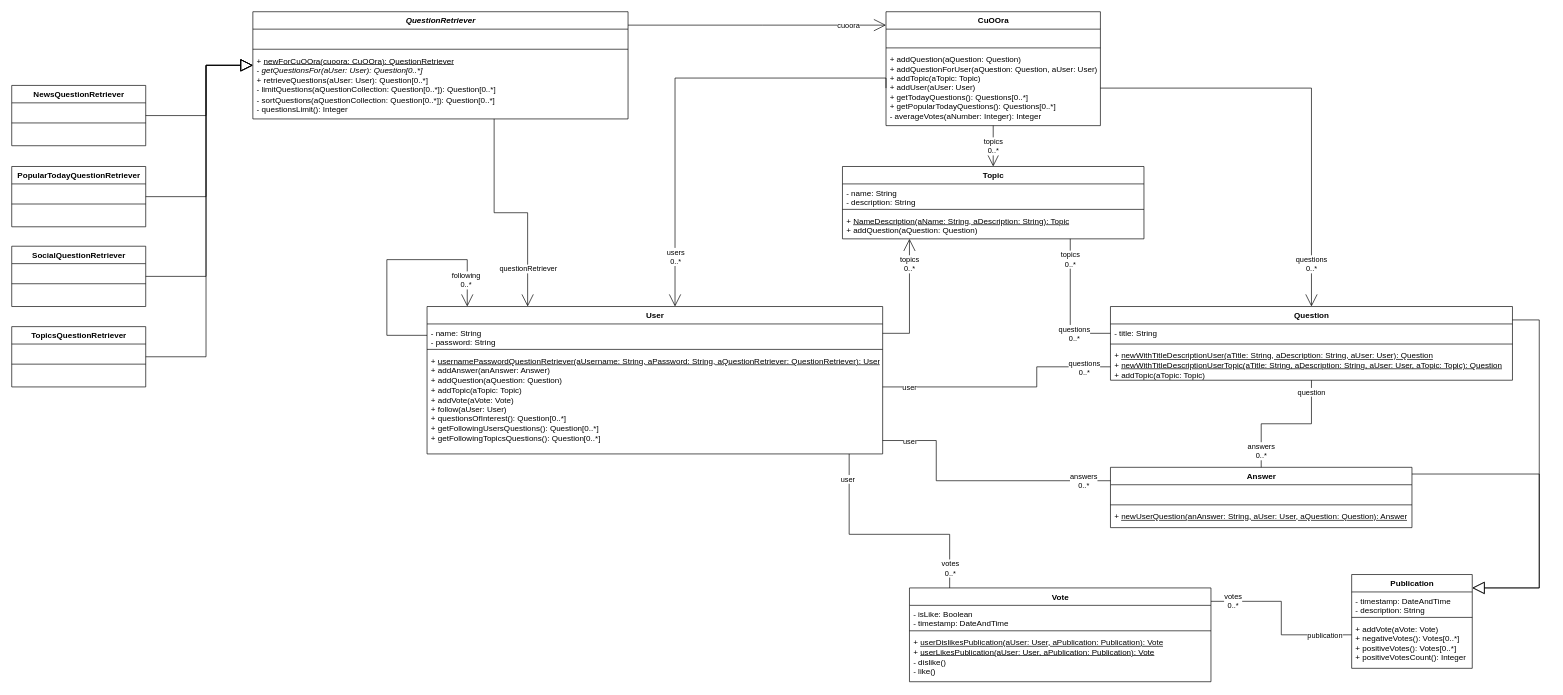
Above: uml-refactor.drawio in sufficientname/oo2-cuoora-refactoring (draw.io), before the change. Source tidied: cells renumbered, new cells numbered last; positions are measured from the earlier drawing's top-left corner, leaving out a move shared by most shapes. Both pictures are drawn from the tidied source at 67%, with x=0, y=0 at pixel (11, 11).
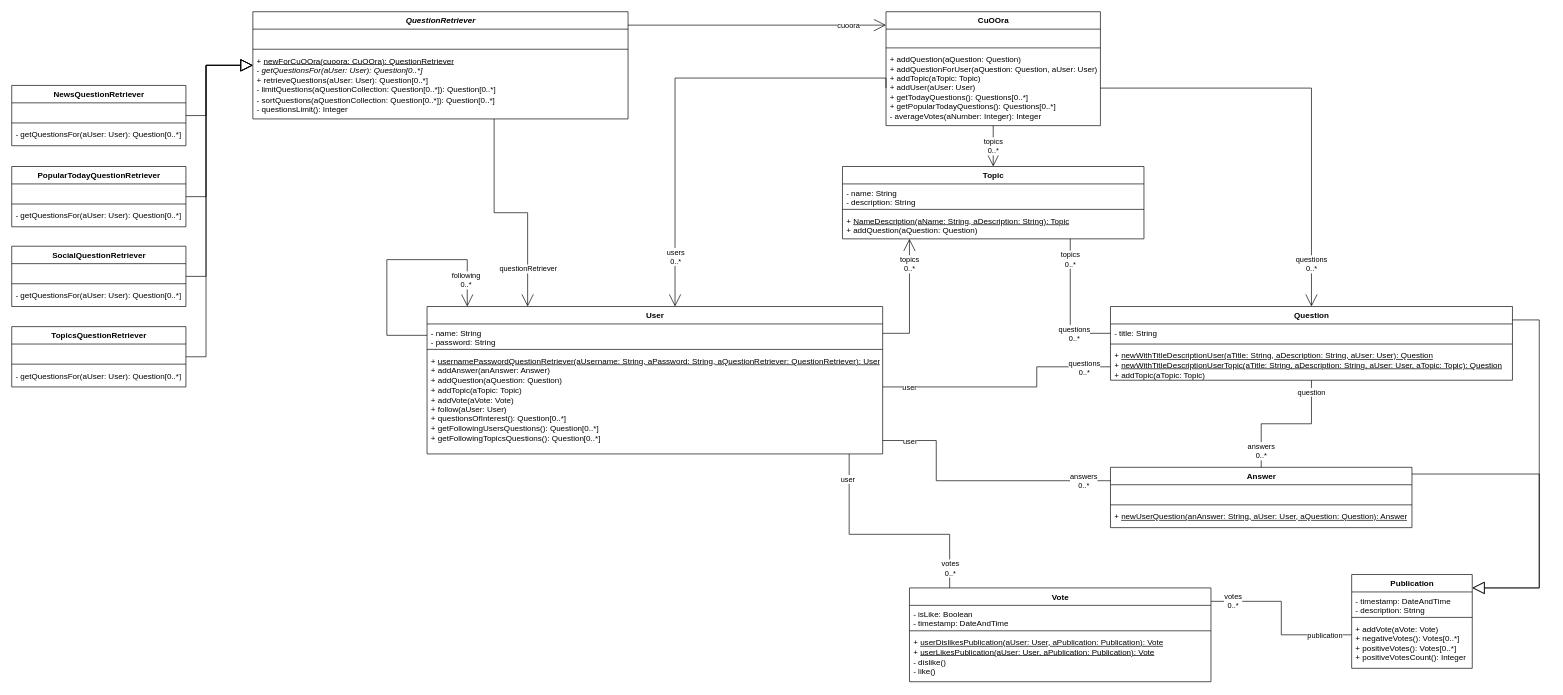
The same diagram, later.

What changed in the source:
```diff
@@
     <mxCell id="22" value="NewsQuestionRetriever" style="swimlane;fontStyle=1;align=center;verticalAlign=top;horizontal=1;startSize=26;html=1;" parent="1" vertex="1">
-      <mxGeometry y="110" width="200" height="90" as="geometry" />
+      <mxGeometry y="110" width="260" height="90" as="geometry" />
     </mxCell>
     <mxCell id="23" value="&#10;" style="text;strokeColor=none;fillColor=none;align=left;verticalAlign=top;spacingLeft=4;spacingRight=4;overflow=hidden;" parent="22" vertex="1">
-      <mxGeometry y="26" width="200" height="26" as="geometry" />
+      <mxGeometry y="26" width="260" height="26" as="geometry" />
     </mxCell>
     <mxCell id="24" style="line;strokeWidth=1;fillColor=none;align=left;verticalAlign=middle;spacingTop=-1;spacingLeft=3;spacingRight=3;labelPosition=right;" parent="22" vertex="1">
-      <mxGeometry y="52" width="200" height="8" as="geometry" />
+      <mxGeometry y="52" width="260" height="8" as="geometry" />
     </mxCell>
-    <mxCell id="25" value="&lt;div&gt;&lt;br&gt;&lt;/div&gt;&lt;div&gt;&lt;br&gt;&lt;/div&gt;" style="text;strokeColor=none;fillColor=none;align=left;verticalAlign=top;spacingLeft=4;spacingRight=4;overflow=hidden;html=1;" parent="22" vertex="1">
-      <mxGeometry y="60" width="200" height="30" as="geometry" />
+    <mxCell id="25" value="- getQuestionsFor(aUser: User): Question[0..*]" style="text;strokeColor=none;fillColor=none;align=left;verticalAlign=top;spacingLeft=4;spacingRight=4;overflow=hidden;html=1;" parent="22" vertex="1">
+      <mxGeometry y="60" width="260" height="30" as="geometry" />
     </mxCell>
     <mxCell id="26" value="PopularTodayQuestionRetriever" style="swimlane;fontStyle=1;align=center;verticalAlign=top;horizontal=1;startSize=26;html=1;" parent="1" vertex="1">
-      <mxGeometry y="231" width="200" height="90" as="geometry" />
+      <mxGeometry y="231" width="260" height="90" as="geometry" />
     </mxCell>
     <mxCell id="27" value="&#10;" style="text;strokeColor=none;fillColor=none;align=left;verticalAlign=top;spacingLeft=4;spacingRight=4;overflow=hidden;" parent="26" vertex="1">
-      <mxGeometry y="26" width="200" height="26" as="geometry" />
+      <mxGeometry y="26" width="260" height="26" as="geometry" />
     </mxCell>
     <mxCell id="28" style="line;strokeWidth=1;fillColor=none;align=left;verticalAlign=middle;spacingTop=-1;spacingLeft=3;spacingRight=3;labelPosition=right;" parent="26" vertex="1">
-      <mxGeometry y="52" width="200" height="8" as="geometry" />
+      <mxGeometry y="52" width="260" height="8" as="geometry" />
     </mxCell>
-    <mxCell id="29" value="&lt;div&gt;&lt;br&gt;&lt;/div&gt;&lt;div&gt;&lt;br&gt;&lt;/div&gt;" style="text;strokeColor=none;fillColor=none;align=left;verticalAlign=top;spacingLeft=4;spacingRight=4;overflow=hidden;html=1;" parent="26" vertex="1">
-      <mxGeometry y="60" width="200" height="30" as="geometry" />
+    <mxCell id="29" value="- getQuestionsFor(aUser: User): Question[0..*]" style="text;strokeColor=none;fillColor=none;align=left;verticalAlign=top;spacingLeft=4;spacingRight=4;overflow=hidden;html=1;" parent="26" vertex="1">
+      <mxGeometry y="60" width="260" height="30" as="geometry" />
     </mxCell>
     <mxCell id="30" value="SocialQuestionRetriever" style="swimlane;fontStyle=1;align=center;verticalAlign=top;horizontal=1;startSize=26;html=1;" parent="1" vertex="1">
-      <mxGeometry y="350" width="200" height="90" as="geometry" />
+      <mxGeometry y="350" width="260" height="90" as="geometry" />
     </mxCell>
     <mxCell id="31" value="&#10;" style="text;strokeColor=none;fillColor=none;align=left;verticalAlign=top;spacingLeft=4;spacingRight=4;overflow=hidden;" parent="30" vertex="1">
-      <mxGeometry y="26" width="200" height="26" as="geometry" />
+      <mxGeometry y="26" width="260" height="26" as="geometry" />
     </mxCell>
     <mxCell id="32" style="line;strokeWidth=1;fillColor=none;align=left;verticalAlign=middle;spacingTop=-1;spacingLeft=3;spacingRight=3;labelPosition=right;" parent="30" vertex="1">
-      <mxGeometry y="52" width="200" height="8" as="geometry" />
+      <mxGeometry y="52" width="260" height="8" as="geometry" />
     </mxCell>
-    <mxCell id="33" value="&lt;div&gt;&lt;br&gt;&lt;/div&gt;&lt;div&gt;&lt;br&gt;&lt;/div&gt;" style="text;strokeColor=none;fillColor=none;align=left;verticalAlign=top;spacingLeft=4;spacingRight=4;overflow=hidden;html=1;" parent="30" vertex="1">
-      <mxGeometry y="60" width="200" height="30" as="geometry" />
+    <mxCell id="33" value="- getQuestionsFor(aUser: User): Question[0..*]" style="text;strokeColor=none;fillColor=none;align=left;verticalAlign=top;spacingLeft=4;spacingRight=4;overflow=hidden;html=1;" parent="30" vertex="1">
+      <mxGeometry y="60" width="260" height="30" as="geometry" />
     </mxCell>
     <mxCell id="34" value="TopicsQuestionRetriever" style="swimlane;fontStyle=1;align=center;verticalAlign=top;horizontal=1;startSize=26;html=1;" parent="1" vertex="1">
-      <mxGeometry y="470" width="200" height="90" as="geometry" />
+      <mxGeometry y="470" width="260" height="90" as="geometry" />
     </mxCell>
     <mxCell id="35" value="&#10;" style="text;strokeColor=none;fillColor=none;align=left;verticalAlign=top;spacingLeft=4;spacingRight=4;overflow=hidden;" parent="34" vertex="1">
-      <mxGeometry y="26" width="200" height="26" as="geometry" />
+      <mxGeometry y="26" width="260" height="26" as="geometry" />
     </mxCell>
     <mxCell id="36" style="line;strokeWidth=1;fillColor=none;align=left;verticalAlign=middle;spacingTop=-1;spacingLeft=3;spacingRight=3;labelPosition=right;" parent="34" vertex="1">
-      <mxGeometry y="52" width="200" height="8" as="geometry" />
+      <mxGeometry y="52" width="260" height="8" as="geometry" />
     </mxCell>
-    <mxCell id="37" value="&lt;div&gt;&lt;br&gt;&lt;/div&gt;&lt;div&gt;&lt;br&gt;&lt;/div&gt;" style="text;strokeColor=none;fillColor=none;align=left;verticalAlign=top;spacingLeft=4;spacingRight=4;overflow=hidden;html=1;" parent="34" vertex="1">
-      <mxGeometry y="60" width="200" height="30" as="geometry" />
+    <mxCell id="37" value="- getQuestionsFor(aUser: User): Question[0..*]" style="text;strokeColor=none;fillColor=none;align=left;verticalAlign=top;spacingLeft=4;spacingRight=4;overflow=hidden;html=1;" parent="34" vertex="1">
+      <mxGeometry y="60" width="260" height="30" as="geometry" />
     </mxCell>
```
